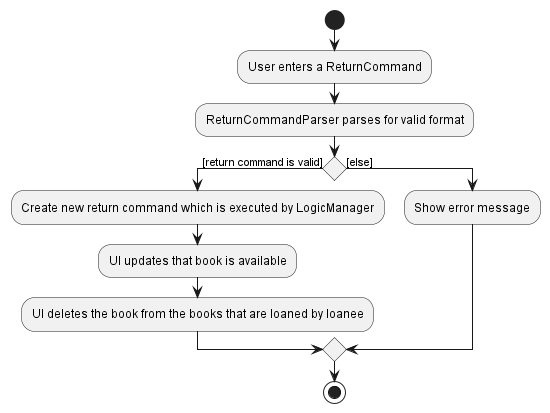
The PlantUML diagram docs/images/ReturnActivityDiagram.png in nus-cs2103-AY2223S1/tp, before a commit. Source of this version:
```plantuml
@startuml
start
:User enters a ReturnCommand;
:ReturnCommandParser parses for valid format;

if () then ([return command is valid])
    :Create new return command which is executed by LogicManager;
    :UI updates that book is available;
    :UI deletes the book from the books that are loaned by loanee;
else ([else])
    :Show error message;
endif
stop
@enduml
```
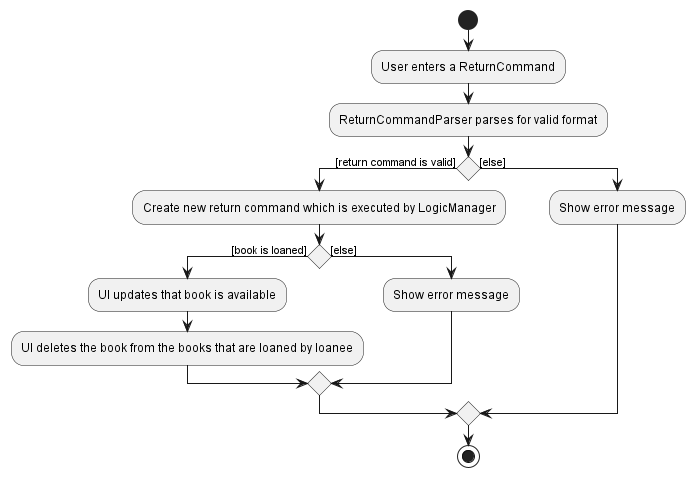
Above is the later version.

Commit message:
Edit activity diagrams. Edit explanation of loan implementation.

Change to the diagram source:
```diff
@@ -5,8 +5,12 @@
 
 if () then ([return command is valid])
     :Create new return command which is executed by LogicManager;
-    :UI updates that book is available;
-    :UI deletes the book from the books that are loaned by loanee;
+    if () then ([book is loaned])
+        :UI updates that book is available;
+        :UI deletes the book from the books that are loaned by loanee;
+    else ([else])
+        :Show error message;
+    endif
 else ([else])
     :Show error message;
 endif
```
